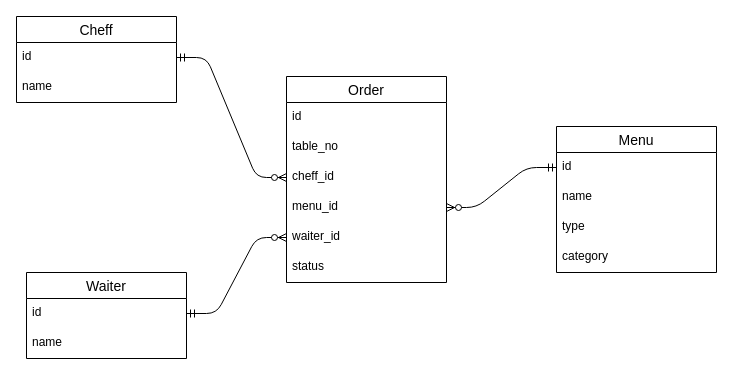
This is page "ERD" (1 of 3) of Warung Kenyang (WK).drawio from ekopebri/ekopebri.github.io, a draw.io file, before an edit. Source tidied: cells renumbered, new cells numbered last; positions are measured from the earlier drawing's top-left corner, leaving out a move shared by most shapes. Both pictures are drawn from the tidied source at 100%, with x=0, y=0 at pixel (16, 16).
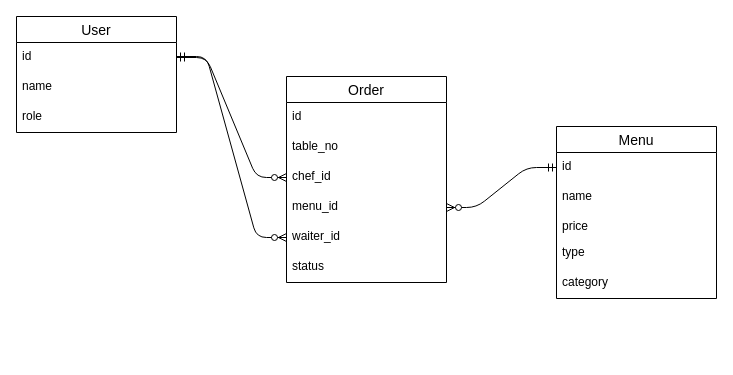
The same diagram, later.

Unchanged cells that the change refers to:
```xml
<mxCell id="5" value="Order" style="swimlane;fontStyle=0;horizontal=1;startSize=26;align=center;fontSize=14;" parent="1" vertex="1">
  <mxGeometry x="270" y="60" width="160" height="206" as="geometry" />
</mxCell>
<mxCell id="10" value="waiter_id" style="text;strokeColor=none;fillColor=none;spacingLeft=4;spacingRight=4;overflow=hidden;points=[[0,0.5],[1,0.5]];portConstraint=eastwest;fontSize=12;" parent="5" vertex="1">
  <mxGeometry y="146" width="160" height="30" as="geometry" />
</mxCell>
```

The edit, as a diff of the source:
```diff
@@
-    <mxCell id="2" value="Cheff" style="swimlane;fontStyle=0;horizontal=1;startSize=26;align=center;fontSize=14;" parent="1" vertex="1">
-      <mxGeometry width="160" height="86" as="geometry" />
+    <mxCell id="2" value="User" style="swimlane;fontStyle=0;horizontal=1;startSize=26;align=center;fontSize=14;" parent="1" vertex="1">
+      <mxGeometry width="160" height="116" as="geometry" />
     </mxCell>
@@
+    <mxCell id="18" value="role" style="text;strokeColor=none;fillColor=none;spacingLeft=4;spacingRight=4;overflow=hidden;points=[[0,0.5],[1,0.5]];portConstraint=eastwest;fontSize=12;" parent="2" vertex="1">
+      <mxGeometry y="86" width="160" height="30" as="geometry" />
+    </mxCell>
@@
-    <mxCell id="8" value="cheff_id" style="text;strokeColor=none;fillColor=none;spacingLeft=4;spacingRight=4;overflow=hidden;points=[[0,0.5],[1,0.5]];portConstraint=eastwest;fontSize=12;" parent="5" vertex="1">
+    <mxCell id="8" value="chef_id" style="text;strokeColor=none;fillColor=none;spacingLeft=4;spacingRight=4;overflow=hidden;points=[[0,0.5],[1,0.5]];portConstraint=eastwest;fontSize=12;" parent="5" vertex="1">
       <mxGeometry y="86" width="160" height="30" as="geometry" />
     </mxCell>
@@
     <mxCell id="12" value="Menu" style="swimlane;fontStyle=0;horizontal=1;startSize=26;align=center;fontSize=14;" parent="1" vertex="1">
-      <mxGeometry x="540" y="110" width="160" height="146" as="geometry" />
+      <mxGeometry x="540" y="110" width="160" height="172" as="geometry" />
     </mxCell>
@@
+    <mxCell id="23" value="price" style="text;strokeColor=none;fillColor=none;align=left;verticalAlign=top;spacingLeft=4;spacingRight=4;overflow=hidden;" parent="12" vertex="1">
+      <mxGeometry y="86" width="160" height="26" as="geometry" />
+    </mxCell>
     <mxCell id="15" value="type" style="text;strokeColor=none;fillColor=none;spacingLeft=4;spacingRight=4;overflow=hidden;fontSize=12;" parent="12" vertex="1">
-      <mxGeometry y="86" width="160" height="30" as="geometry" />
+      <mxGeometry y="112" width="160" height="30" as="geometry" />
     </mxCell>
     <mxCell id="16" value="category" style="text;strokeColor=none;fillColor=none;spacingLeft=4;spacingRight=4;overflow=hidden;fontSize=12;" parent="12" vertex="1">
-      <mxGeometry y="116" width="160" height="30" as="geometry" />
+      <mxGeometry y="142" width="160" height="30" as="geometry" />
     </mxCell>
-    <mxCell id="17" value="Waiter" style="swimlane;fontStyle=0;horizontal=1;startSize=26;align=center;fontSize=14;" parent="1" vertex="1">
-      <mxGeometry x="10" y="256" width="160" height="86" as="geometry" />
-    </mxCell>
-    <mxCell id="18" value="id" style="text;strokeColor=none;fillColor=none;spacingLeft=4;spacingRight=4;overflow=hidden;points=[[0,0.5],[1,0.5]];portConstraint=eastwest;fontSize=12;" parent="17" vertex="1">
-      <mxGeometry y="26" width="160" height="30" as="geometry" />
-    </mxCell>
-    <mxCell id="19" value="name" style="text;strokeColor=none;fillColor=none;spacingLeft=4;spacingRight=4;overflow=hidden;fontSize=12;" parent="17" vertex="1">
-      <mxGeometry y="56" width="160" height="30" as="geometry" />
-    </mxCell>
@@
-    <mxCell id="21" style="edgeStyle=entityRelationEdgeStyle;fontSize=12;html=1;endArrow=ERzeroToMany;startArrow=ERmandOne;entryX=0;entryY=0.5;entryDx=0;entryDy=0;exitX=1;exitY=0.5;exitDx=0;exitDy=0;" parent="1" edge="1" source="18" target="10">
-      <mxGeometry relative="1" as="geometry" />
+    <mxCell id="21" style="edgeStyle=entityRelationEdgeStyle;fontSize=12;html=1;endArrow=ERzeroToMany;startArrow=ERmandOne;entryX=0;entryY=0.5;entryDx=0;entryDy=0;" parent="1" edge="1" target="10">
+      <mxGeometry relative="1" as="geometry">
+        <mxPoint x="160" y="40" as="sourcePoint" />
+      </mxGeometry>
     </mxCell>
```
